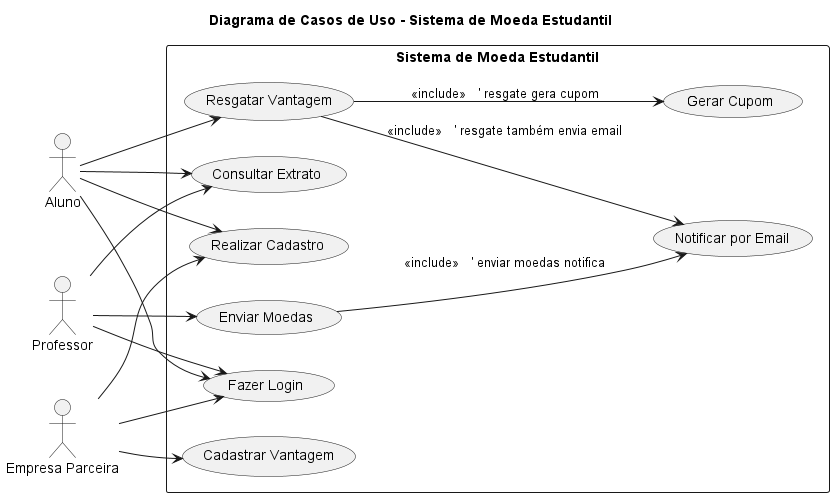
This is docs/DiagramaCasoUso.png from Gb1201/SistemaMoedaEstudantil, a PlantUML export, as it was before one commit.
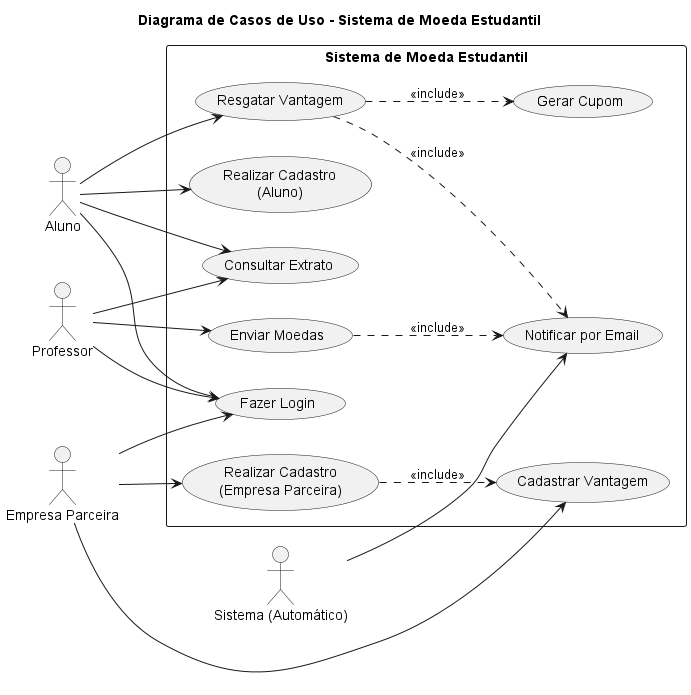
The same diagram one commit later.

What changed in the source:
```diff
@@ -6,20 +6,22 @@
 actor Aluno
 actor Professor
 actor "Empresa Parceira" as Empresa
+actor "Sistema (Automático)" as Sistema
 
 rectangle "Sistema de Moeda Estudantil" {
 
-  usecase "Realizar Cadastro" as UC1
+  usecase "Realizar Cadastro\n(Aluno)" as UC1
   usecase "Fazer Login" as UC2
   usecase "Consultar Extrato" as UC3
   usecase "Resgatar Vantagem" as UC4
 
   usecase "Enviar Moedas" as UC5
 
-  usecase "Cadastrar Vantagem" as UC6
+  usecase "Realizar Cadastro\n(Empresa Parceira)" as UC6
+  usecase "Cadastrar Vantagem" as UC7
 
-  usecase "Notificar por Email" as UC7
-  usecase "Gerar Cupom" as UC8
+  usecase "Notificar por Email" as UC8
+  usecase "Gerar Cupom" as UC9
 }
 
 
@@ -32,12 +34,16 @@
 Professor --> UC3
 Professor --> UC5
 
-Empresa --> UC1
+Empresa --> UC6
 Empresa --> UC2
-Empresa --> UC6
+Empresa --> UC7
 
-UC5 --> UC7 : <<include>>   ' enviar moedas notifica
-UC4 --> UC8 : <<include>>   ' resgate gera cupom
-UC4 --> UC7 : <<include>>   ' resgate também envia email
+
+UC5 ..> UC8 : <<include>>
+UC4 ..> UC9 : <<include>>
+UC4 ..> UC8 : <<include>>
+UC6 ..> UC7 : <<include>>
+
+Sistema --> UC8
 
 @enduml
```
